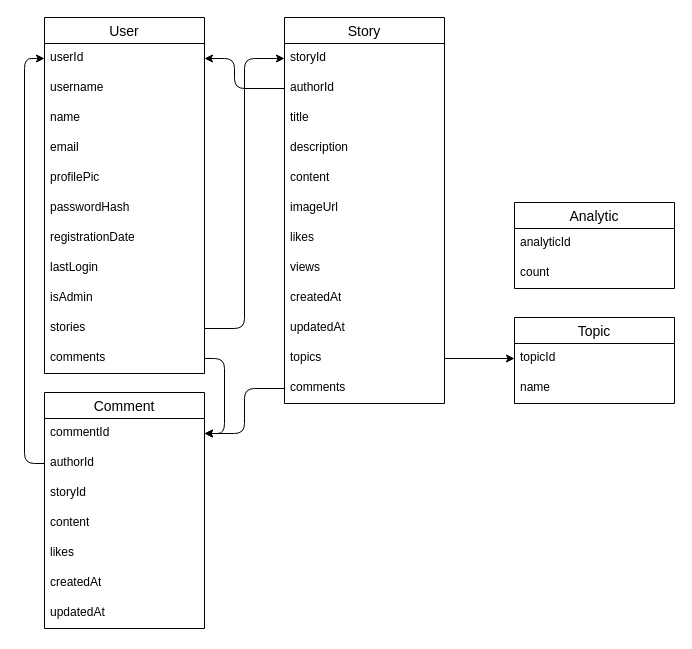
Before: public/dots.drawio in nhnquang11/dots-docs, a draw.io diagram. Source tidied: cells renumbered, new cells numbered last; positions are measured from the earlier drawing's top-left corner, leaving out a move shared by most shapes. Both pictures are drawn from the tidied source at 100%, with x=0, y=0 at pixel (44, 17).
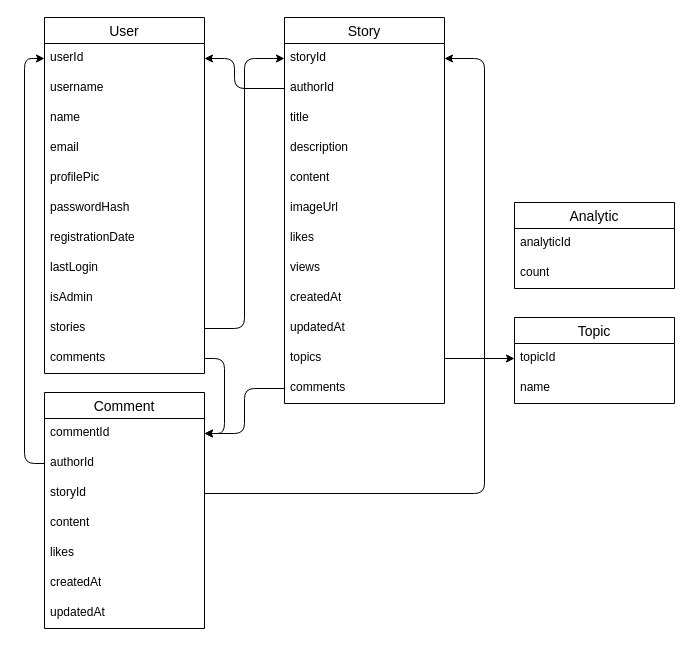
Above is the later version.

Unchanged cells that the change refers to:
```xml
<mxCell id="18" value="storyId" style="text;strokeColor=none;fillColor=none;spacingLeft=4;spacingRight=4;overflow=hidden;points=[[0,0.5],[1,0.5]];portConstraint=eastwest;fontSize=12;whiteSpace=wrap;html=1;" parent="17" vertex="1">
  <mxGeometry y="26" width="160" height="30" as="geometry" />
</mxCell>
<mxCell id="33" value="&lt;div&gt;storyId&lt;/div&gt;" style="text;strokeColor=none;fillColor=none;spacingLeft=4;spacingRight=4;overflow=hidden;points=[[0,0.5],[1,0.5]];portConstraint=eastwest;fontSize=12;whiteSpace=wrap;html=1;" parent="30" vertex="1">
  <mxGeometry y="86" width="160" height="30" as="geometry" />
</mxCell>
```

Diff of the diagram source:
```diff
@@
+    <mxCell id="47" style="edgeStyle=orthogonalEdgeStyle;rounded=1;jettySize=auto;html=1;exitX=1;exitY=0.5;exitDx=0;exitDy=0;entryX=1;entryY=0.5;entryDx=0;entryDy=0;curved=0;" parent="1" edge="1" source="33" target="18">
+      <mxGeometry relative="1" as="geometry">
+        <Array as="points">
+          <mxPoint x="440" y="476" />
+          <mxPoint x="440" y="41" />
+        </Array>
+      </mxGeometry>
+    </mxCell>
```
